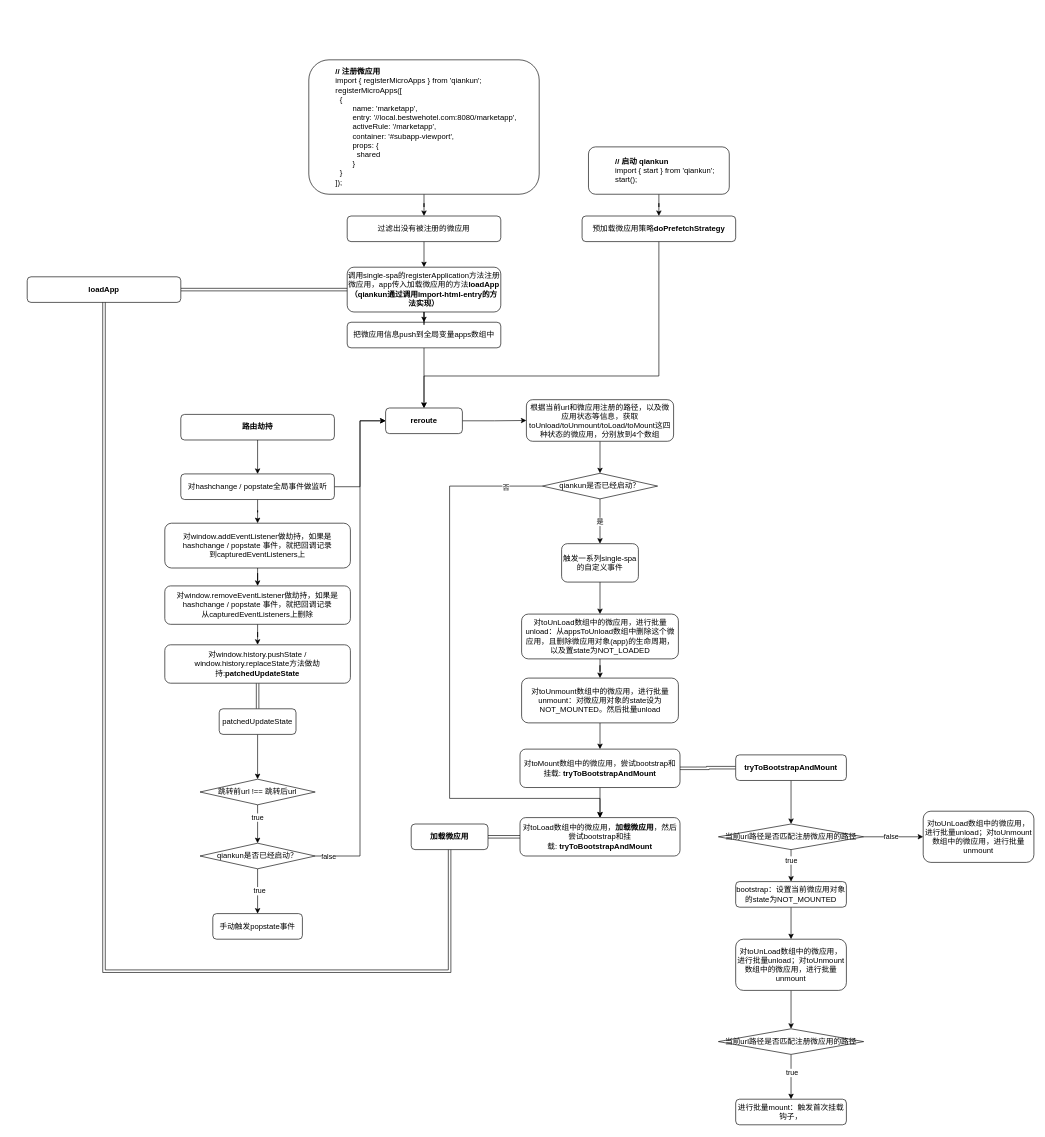
Earlier version of the draw.io diagram page "劫持/注册/启动" (2 of 2) of frontend/qiankun工作流程.drawio (Rockergmail/draw.io). Source tidied: cells renumbered, new cells numbered last; positions are measured from the earlier drawing's top-left corner, leaving out a move shared by most shapes. Both pictures are drawn from the tidied source at 64%, with x=0, y=0 at pixel (27, 60).
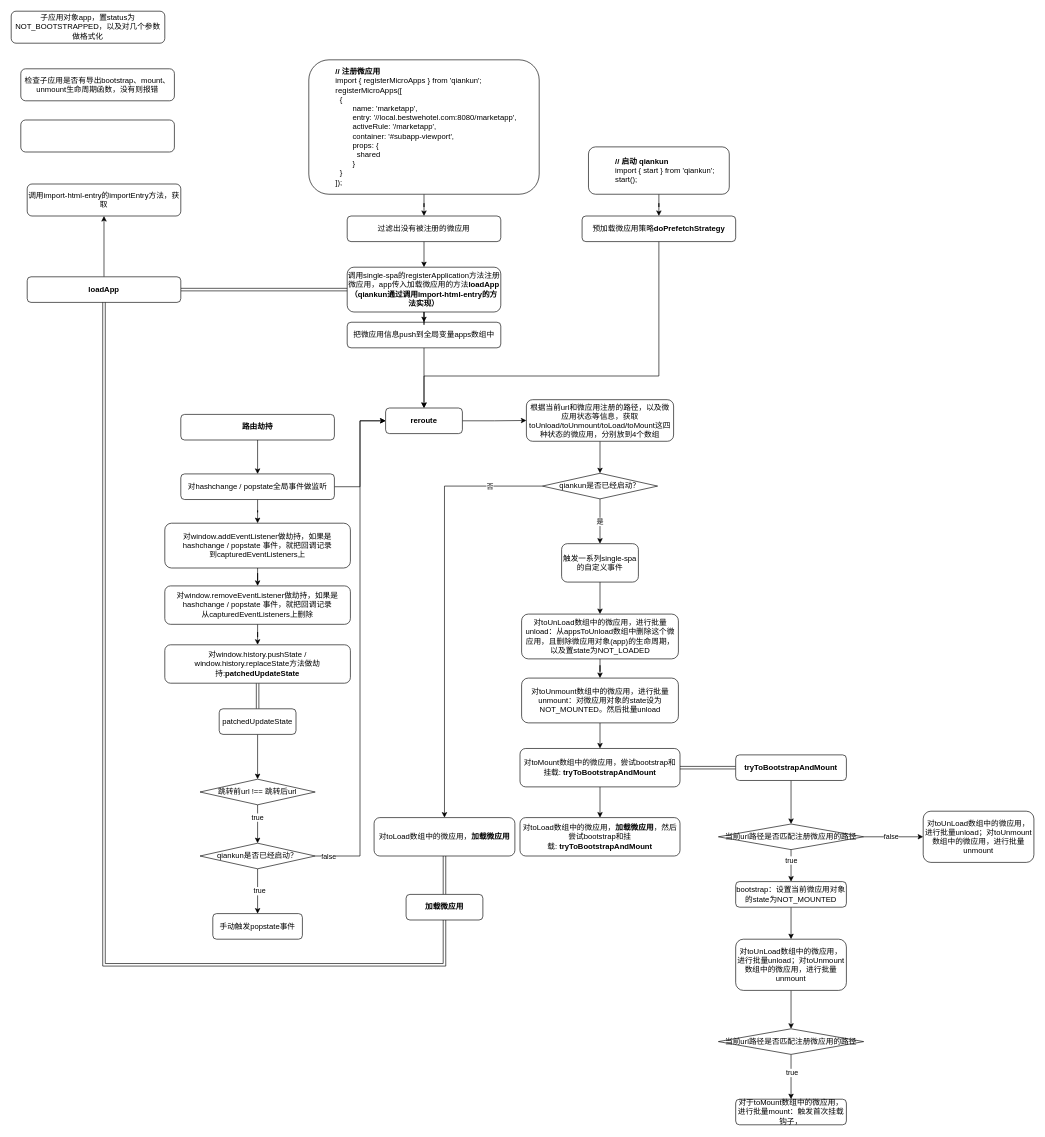
After the change.

Commit message:
更新qiankun工作流程.drawio

Unchanged cells that the change refers to:
```xml
<mxCell id="44" value="qiankun是否已经启动？" style="rhombus;whiteSpace=wrap;html=1;" parent="1" vertex="1">
  <mxGeometry x="805" y="646" width="180" height="40" as="geometry" />
</mxCell>
<mxCell id="55" value="&lt;b&gt;loadApp&lt;/b&gt;" style="rounded=1;whiteSpace=wrap;html=1;fontSize=12;glass=0;strokeWidth=1;shadow=0;" parent="1" vertex="1">
  <mxGeometry y="339" width="240" height="40" as="geometry" />
</mxCell>
<mxCell id="56" value="对toLoad数组中的微应用，&lt;b&gt;加载微应用&lt;/b&gt;，然后尝试bootstrap和挂载:&amp;nbsp;&lt;b&gt;tryToBootstrapAndMount&lt;/b&gt;" style="whiteSpace=wrap;html=1;rounded=1;" parent="1" vertex="1">
  <mxGeometry x="770" y="1184" width="250" height="60" as="geometry" />
</mxCell>
```

The edit, as a diff of the source:
```diff
@@
-    <mxCell id="42" style="edgeStyle=orthogonalEdgeStyle;rounded=0;jettySize=auto;html=1;exitX=0;exitY=0.5;exitDx=0;exitDy=0;entryX=0.5;entryY=0;entryDx=0;entryDy=0;" parent="1" edge="1" source="44" target="56">
-      <mxGeometry relative="1" as="geometry">
-        <Array as="points">
-          <mxPoint x="660" y="666" />
-          <mxPoint x="660" y="1154" />
-          <mxPoint x="895" y="1154" />
-        </Array>
-      </mxGeometry>
-    </mxCell>
+    <mxCell id="76" style="edgeStyle=orthogonalEdgeStyle;rounded=0;jettySize=auto;html=1;exitX=0;exitY=0.5;exitDx=0;exitDy=0;entryX=0.5;entryY=0;entryDx=0;entryDy=0;" parent="1" edge="1" source="44" target="79">
+      <mxGeometry relative="1" as="geometry" />
+    </mxCell>
-    <mxCell id="43" value="否" style="edgeLabel;html=1;align=center;verticalAlign=middle;" parent="42" vertex="1">
-      <mxGeometry x="-0.87" y="1" relative="1" as="geometry" />
+    <mxCell id="43" value="否" style="edgeLabel;html=1;align=center;verticalAlign=middle;" parent="76" vertex="1">
+      <mxGeometry x="-0.75" relative="1" as="geometry">
+        <mxPoint x="1" as="offset" />
+      </mxGeometry>
     </mxCell>
@@
     <mxCell id="53" value="对toMount数组中的微应用，尝试bootstrap和挂载:&amp;nbsp;&lt;b&gt;tryToBootstrapAndMount&lt;/b&gt;" style="whiteSpace=wrap;html=1;rounded=1;" parent="1" vertex="1">
-      <mxGeometry x="770" y="1077" width="250" height="60" as="geometry" />
+      <mxGeometry x="770" y="1076" width="250" height="60" as="geometry" />
     </mxCell>
@@
+    <mxCell id="77" style="edgeStyle=orthogonalEdgeStyle;rounded=0;jettySize=auto;html=1;exitX=0.5;exitY=0;exitDx=0;exitDy=0;entryX=0.5;entryY=1;entryDx=0;entryDy=0;" parent="1" edge="1" source="55" target="78">
+      <mxGeometry relative="1" as="geometry" />
+    </mxCell>
@@
-    <mxCell id="57" style="edgeStyle=orthogonalEdgeStyle;shape=link;rounded=0;jettySize=auto;html=1;" parent="1" edge="1" source="59" target="56">
+    <mxCell id="57" style="edgeStyle=orthogonalEdgeStyle;shape=link;rounded=0;jettySize=auto;html=1;exitX=0.5;exitY=0;exitDx=0;exitDy=0;entryX=0.5;entryY=1;entryDx=0;entryDy=0;" parent="1" edge="1" source="59" target="79">
       <mxGeometry relative="1" as="geometry" />
     </mxCell>
-    <mxCell id="58" style="edgeStyle=orthogonalEdgeStyle;rounded=0;jettySize=auto;html=1;shape=link;exitX=0.5;exitY=1;exitDx=0;exitDy=0;" parent="1" edge="1" source="59" target="55">
+    <mxCell id="58" style="edgeStyle=orthogonalEdgeStyle;rounded=0;jettySize=auto;html=1;exitX=0.5;exitY=1;exitDx=0;exitDy=0;shape=link;" parent="1" edge="1" source="59" target="55">
       <mxGeometry relative="1" as="geometry">
         <Array as="points">
-          <mxPoint x="660" y="1424" />
-          <mxPoint x="120" y="1424" />
+          <mxPoint x="652" y="1414" />
+          <mxPoint x="120" y="1414" />
         </Array>
       </mxGeometry>
     </mxCell>
     <mxCell id="59" value="&lt;b&gt;加载微应用&lt;/b&gt;" style="rounded=1;whiteSpace=wrap;html=1;fontSize=12;glass=0;strokeWidth=1;shadow=0;" parent="1" vertex="1">
-      <mxGeometry x="600" y="1194" width="120" height="40" as="geometry" />
+      <mxGeometry x="592" y="1304" width="120" height="40" as="geometry" />
     </mxCell>
@@
-    <mxCell id="75" value="进行批量mount：触发首次挂载钩子，" style="rounded=1;whiteSpace=wrap;html=1;fontSize=12;glass=0;strokeWidth=1;shadow=0;" parent="1" vertex="1">
+    <mxCell id="75" value="对于toMount数组中的微应用，进行批量mount：触发首次挂载钩子，" style="rounded=1;whiteSpace=wrap;html=1;fontSize=12;glass=0;strokeWidth=1;shadow=0;" parent="1" vertex="1">
       <mxGeometry x="1107" y="1624" width="173" height="40" as="geometry" />
     </mxCell>
+    <mxCell id="78" value="调用import-html-entry的importEntry方法，获取" style="rounded=1;whiteSpace=wrap;html=1;fontSize=12;glass=0;strokeWidth=1;shadow=0;" parent="1" vertex="1">
+      <mxGeometry y="194" width="240" height="50" as="geometry" />
+    </mxCell>
+    <mxCell id="79" value="对toLoad数组中的微应用，&lt;b&gt;加载微应用&lt;/b&gt;" style="whiteSpace=wrap;html=1;rounded=1;" parent="1" vertex="1">
+      <mxGeometry x="542" y="1184" width="220" height="60" as="geometry" />
+    </mxCell>
+    <mxCell id="80" style="rounded=1;whiteSpace=wrap;html=1;fontSize=12;glass=0;strokeWidth=1;shadow=0;" parent="1" vertex="1">
+      <mxGeometry x="-10" y="94" width="240" height="50" as="geometry" />
+    </mxCell>
+    <mxCell id="81" value="检查子应用是否有导出bootstrap、mount、unmount生命周期函数，没有则报错" style="rounded=1;whiteSpace=wrap;html=1;fontSize=12;glass=0;strokeWidth=1;shadow=0;" parent="1" vertex="1">
+      <mxGeometry x="-10" y="14" width="240" height="50" as="geometry" />
+    </mxCell>
+    <mxCell id="82" value="子应用对象app，置status为NOT_BOOTSTRAPPED，以及对几个参数做格式化" style="rounded=1;whiteSpace=wrap;html=1;fontSize=12;glass=0;strokeWidth=1;shadow=0;" parent="1" vertex="1">
+      <mxGeometry x="-25" y="-76" width="240" height="50" as="geometry" />
+    </mxCell>
```
